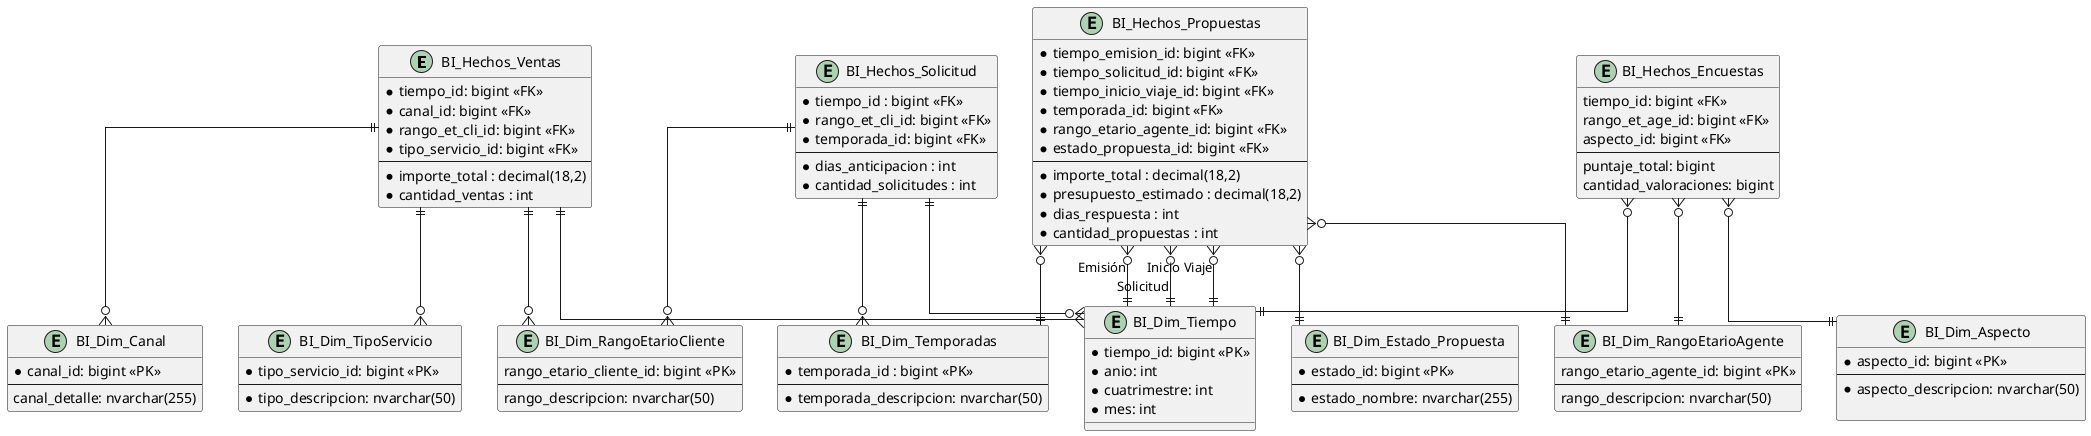
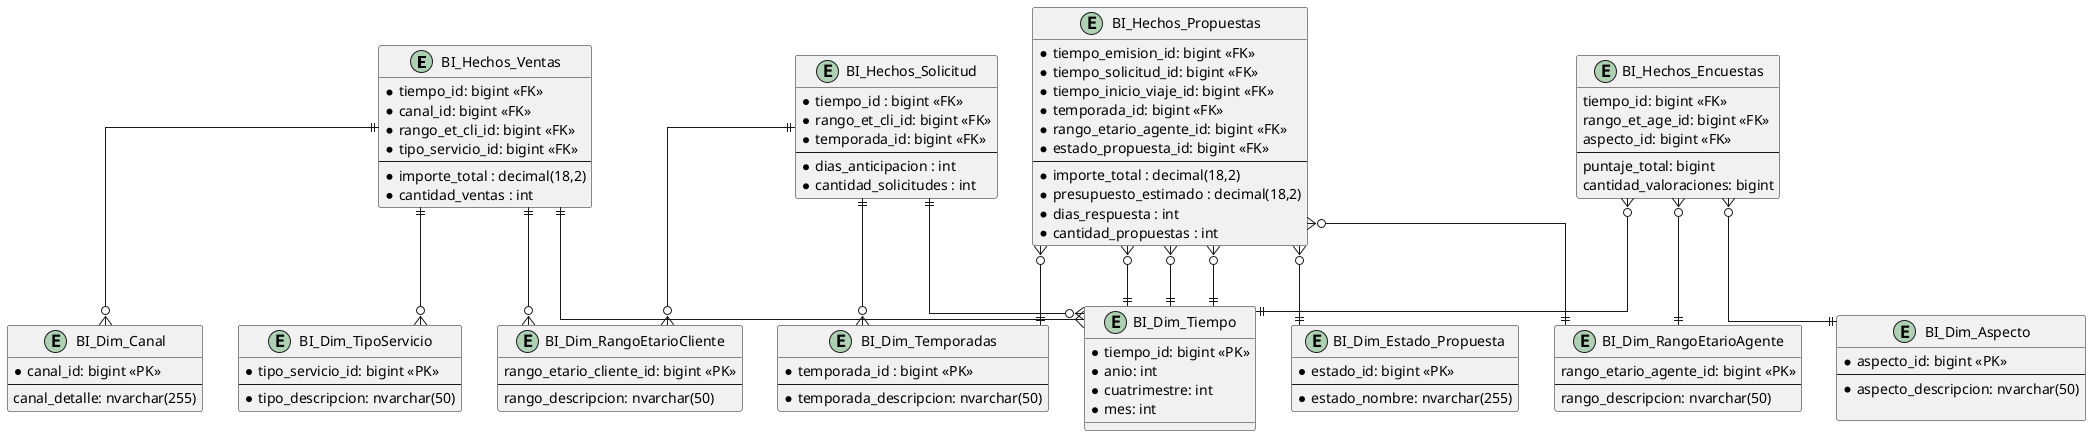
@startuml
'https://plantuml.com/class-diagram

' Configuración para que las líneas sean rectas
skinparam Linetype ortho
'https://plantuml.com/class-diagram

' ===============================
' HECHO VENTAS
' ===============================


entity BI_Hechos_Ventas {
    * tiempo_id: bigint <<FK>>
    * canal_id: bigint <<FK>>
    * rango_et_cli_id: bigint <<FK>>
    * tipo_servicio_id: bigint <<FK>>
    --
    * importe_total : decimal(18,2)
    * cantidad_ventas : int
}

' ===============================
' HECHO Solicitud
' ===============================


entity BI_Hechos_Solicitud{
    * tiempo_id : bigint <<FK>>
    * rango_et_cli_id: bigint <<FK>>
    * temporada_id: bigint <<FK>>
    --
    * dias_anticipacion : int
    * cantidad_solicitudes : int
}



' ===============================
' HECHO Propuesta
' ===============================


entity BI_Hechos_Propuestas{
    * tiempo_emision_id: bigint <<FK>>
    * tiempo_solicitud_id: bigint <<FK>>
    * tiempo_inicio_viaje_id: bigint <<FK>>
    * temporada_id: bigint <<FK>>
    * rango_etario_agente_id: bigint <<FK>>
    * estado_propuesta_id: bigint <<FK>>
    --
    * importe_total : decimal(18,2)
    * presupuesto_estimado : decimal(18,2)
    * dias_respuesta : int
    * cantidad_propuestas : int
}


' ===============================
' HECHO Encuesta
' ===============================

entity BI_Hechos_Encuestas{
    tiempo_id: bigint <<FK>>
    rango_et_age_id: bigint <<FK>>
    aspecto_id: bigint <<FK>>
    --
    puntaje_total: bigint
    cantidad_valoraciones: bigint
}

entity BI_Dim_Tiempo {
    * tiempo_id: bigint <<PK>>
    * anio: int
    * cuatrimestre: int
    * mes: int
}

entity BI_Dim_Canal {
    * canal_id: bigint <<PK>>
    --
    canal_detalle: nvarchar(255)
}

entity BI_Dim_RangoEtarioAgente{
    rango_etario_agente_id: bigint <<PK>>
    --
    rango_descripcion: nvarchar(50)
}

entity BI_Dim_RangoEtarioCliente{
    rango_etario_cliente_id: bigint <<PK>>
    --
    rango_descripcion: nvarchar(50)
}

entity BI_Dim_TipoServicio {
    * tipo_servicio_id: bigint <<PK>>
    --
    * tipo_descripcion: nvarchar(50)
}


entity BI_Dim_Temporadas{
    * temporada_id : bigint <<PK>>
    --
    * temporada_descripcion: nvarchar(50)
}


entity BI_Dim_Estado_Propuesta {
    * estado_id: bigint <<PK>>
    --
    * estado_nombre: nvarchar(255)
}

entity BI_Dim_Aspecto {
    * aspecto_id: bigint <<PK>>
    --
    * aspecto_descripcion: nvarchar(50)

}

' ===============================
' RELACIONES (Hecho }o--|| Dimensión)
' ===============================

BI_Hechos_Ventas ||--{ BI_Dim_Tiempo
BI_Hechos_Ventas ||--o{ BI_Dim_RangoEtarioCliente
BI_Hechos_Ventas ||--o{ BI_Dim_Canal
BI_Hechos_Ventas||--o{ BI_Dim_TipoServicio


BI_Hechos_Solicitud ||--o{ BI_Dim_Tiempo
BI_Hechos_Solicitud ||--o{ BI_Dim_RangoEtarioCliente
BI_Hechos_Solicitud ||--o{BI_Dim_Temporadas

- BI_Hechos_Propuestas }o--|| BI_Dim_Tiempo : "Emisión"
- BI_Hechos_Propuestas }o--|| BI_Dim_Tiempo : "Solicitud"
- BI_Hechos_Propuestas }o--|| BI_Dim_Tiempo : "Inicio Viaje"
+ BI_Hechos_Propuestas }o--|| BI_Dim_Tiempo
+ BI_Hechos_Propuestas }o--|| BI_Dim_Tiempo
+ BI_Hechos_Propuestas }o--|| BI_Dim_Tiempo
BI_Hechos_Propuestas }o--|| BI_Dim_Temporadas
BI_Hechos_Propuestas }o--|| BI_Dim_RangoEtarioAgente
BI_Hechos_Propuestas }o--|| BI_Dim_Estado_Propuesta

BI_Hechos_Encuestas }o--|| BI_Dim_Tiempo
BI_Hechos_Encuestas }o--|| BI_Dim_RangoEtarioAgente
BI_Hechos_Encuestas }o--|| BI_Dim_Aspecto

@enduml
